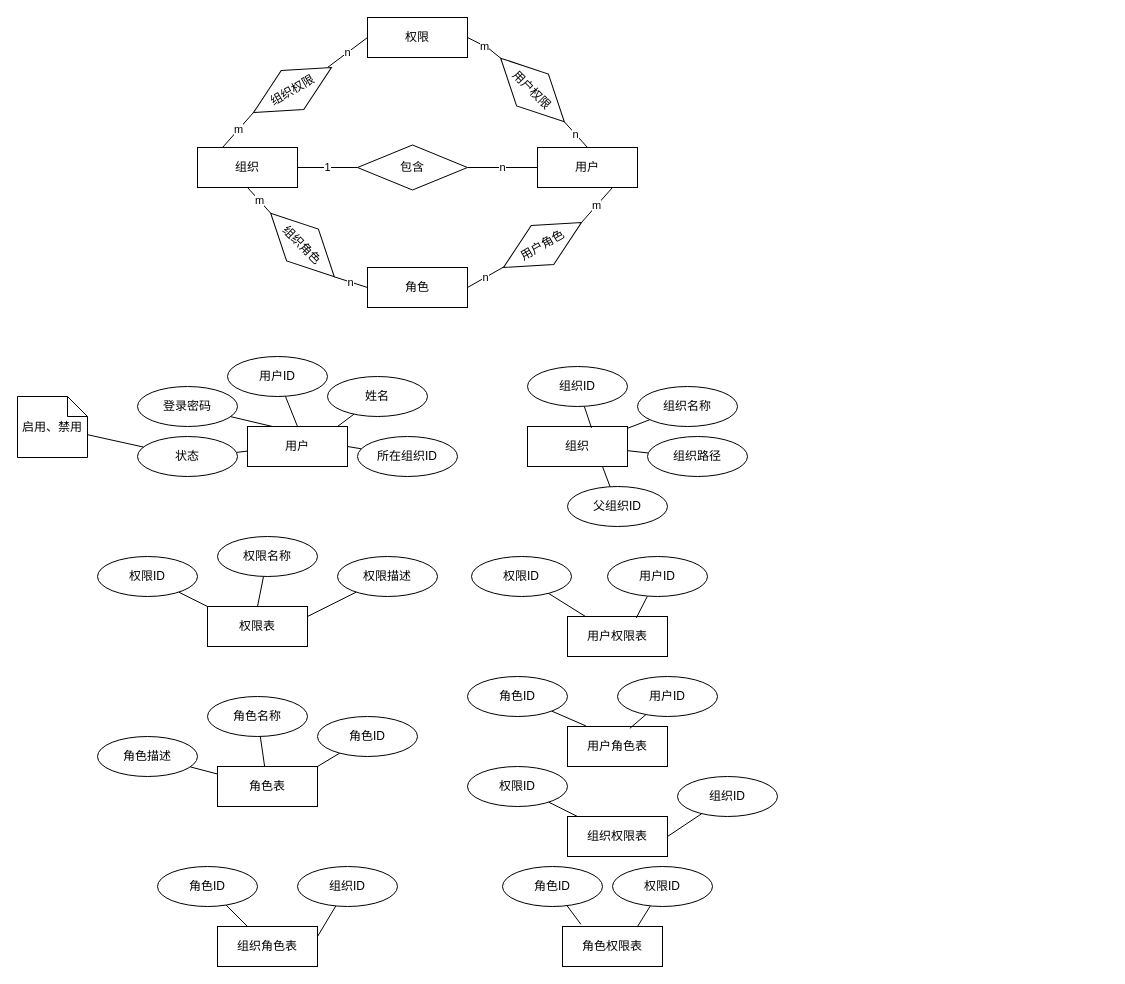
FdfGithub/drawio keeps this draw.io diagram as page "用户服务" (2 of 5) of 毕设管理系统/ER模型图.drawio. Above is the earlier version. Source tidied: cells renumbered, new cells numbered last; positions are measured from the earlier drawing's top-left corner, leaving out a move shared by most shapes. Both pictures are drawn from the tidied source at 100%, with x=0, y=0 at pixel (17, 17).
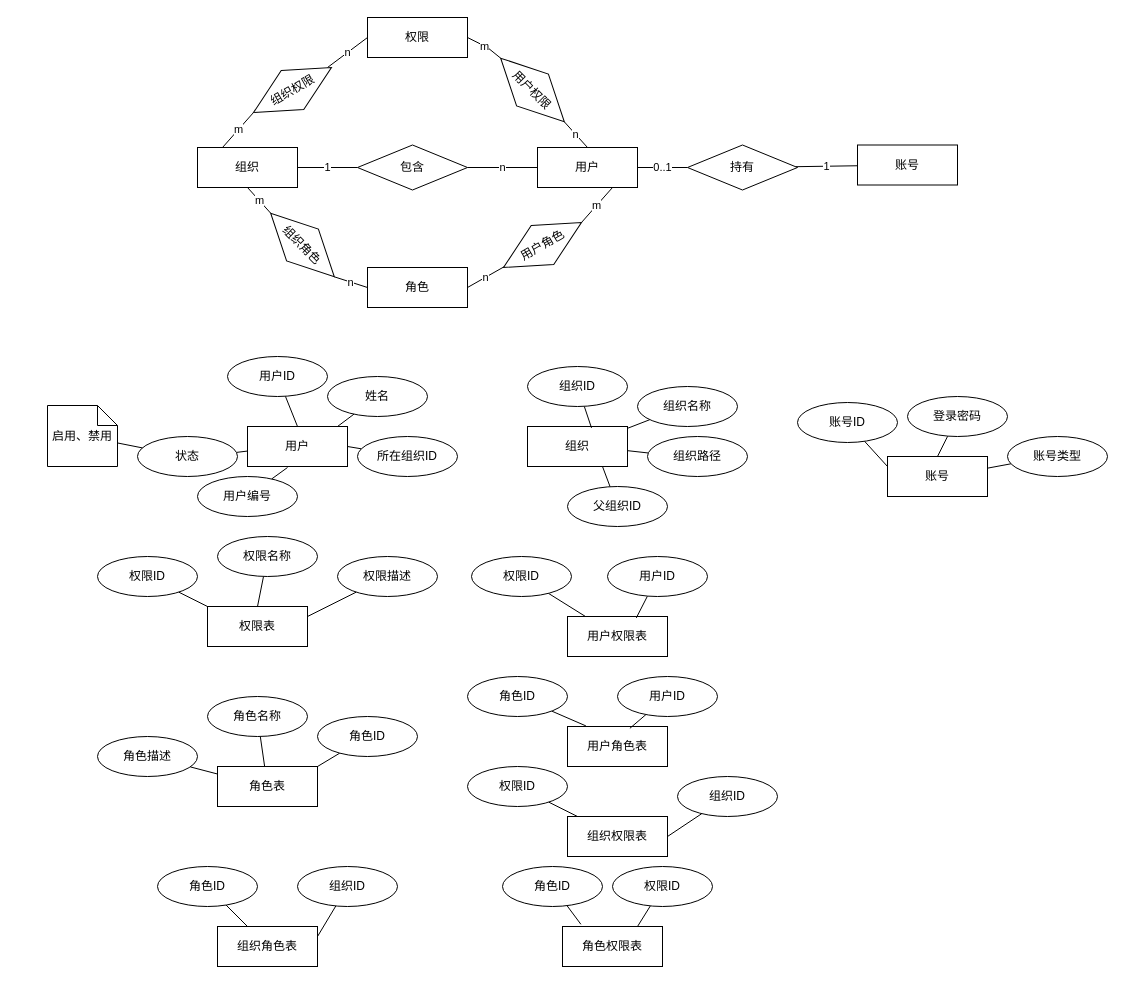
The same page after the edit.

The change refers to these unchanged cells:
```xml
<mxCell id="2" value="用户" style="whiteSpace=wrap;html=1;align=center;" parent="1" vertex="1">
  <mxGeometry x="520" y="130" width="100" height="40" as="geometry" />
</mxCell>
<mxCell id="5" value="用户" style="whiteSpace=wrap;html=1;align=center;" parent="1" vertex="1">
  <mxGeometry x="230" y="409" width="100" height="40" as="geometry" />
</mxCell>
```

The edit, as a diff of the source:
```diff
@@
+    <mxCell id="82" value="0..1" style="edgeStyle=none;rounded=0;jettySize=auto;html=1;entryX=0;entryY=0.5;entryDx=0;entryDy=0;endArrow=none;endFill=0;" parent="1" edge="1" source="2" target="87">
+      <mxGeometry relative="1" as="geometry" />
+    </mxCell>
@@
-    <mxCell id="10" style="edgeStyle=none;rounded=0;jettySize=auto;html=1;entryX=0.25;entryY=0;entryDx=0;entryDy=0;endArrow=none;endFill=0;" parent="1" edge="1" source="11" target="5">
-      <mxGeometry relative="1" as="geometry" />
-    </mxCell>
-    <mxCell id="11" value="登录密码" style="ellipse;whiteSpace=wrap;html=1;align=center;" parent="1" vertex="1">
-      <mxGeometry x="120" y="369" width="100" height="40" as="geometry" />
-    </mxCell>
@@
     <mxCell id="81" value="启用、禁用" style="shape=note;size=20;whiteSpace=wrap;html=1;" parent="1" vertex="1">
-      <mxGeometry y="379" width="70" height="61" as="geometry" />
+      <mxGeometry x="30" y="388" width="70" height="61" as="geometry" />
     </mxCell>
+    <mxCell id="83" style="edgeStyle=none;rounded=0;jettySize=auto;html=1;endArrow=none;endFill=0;" parent="1" edge="1" source="84">
+      <mxGeometry relative="1" as="geometry">
+        <mxPoint x="270" y="450" as="targetPoint" />
+      </mxGeometry>
+    </mxCell>
+    <mxCell id="84" value="用户编号" style="ellipse;whiteSpace=wrap;html=1;align=center;" parent="1" vertex="1">
+      <mxGeometry x="180" y="459" width="100" height="40" as="geometry" />
+    </mxCell>
+    <mxCell id="85" value="账号" style="whiteSpace=wrap;html=1;align=center;" parent="1" vertex="1">
+      <mxGeometry x="840" y="127.5" width="100" height="40" as="geometry" />
+    </mxCell>
+    <mxCell id="86" value="1" style="edgeStyle=none;rounded=0;jettySize=auto;html=1;endArrow=none;endFill=0;" parent="1" edge="1" source="87" target="85">
+      <mxGeometry relative="1" as="geometry" />
+    </mxCell>
+    <mxCell id="87" value="持有" style="shape=rhombus;perimeter=rhombusPerimeter;whiteSpace=wrap;html=1;align=center;" parent="1" vertex="1">
+      <mxGeometry x="670" y="127.5" width="110" height="45" as="geometry" />
+    </mxCell>
+    <mxCell id="88" value="账号" style="whiteSpace=wrap;html=1;align=center;" parent="1" vertex="1">
+      <mxGeometry x="870" y="439" width="100" height="40" as="geometry" />
+    </mxCell>
+    <mxCell id="89" style="edgeStyle=none;rounded=0;jettySize=auto;html=1;entryX=0;entryY=0.25;entryDx=0;entryDy=0;endArrow=none;endFill=0;" parent="1" edge="1" source="90" target="88">
+      <mxGeometry relative="1" as="geometry" />
+    </mxCell>
+    <mxCell id="90" value="账号ID" style="ellipse;whiteSpace=wrap;html=1;align=center;" parent="1" vertex="1">
+      <mxGeometry x="780" y="385" width="100" height="40" as="geometry" />
+    </mxCell>
+    <mxCell id="91" style="edgeStyle=none;rounded=0;jettySize=auto;html=1;entryX=0.5;entryY=0;entryDx=0;entryDy=0;endArrow=none;endFill=0;" parent="1" edge="1" source="11" target="88">
+      <mxGeometry relative="1" as="geometry" />
+    </mxCell>
+    <mxCell id="11" value="登录密码" style="ellipse;whiteSpace=wrap;html=1;align=center;" parent="1" vertex="1">
+      <mxGeometry x="890" y="379" width="100" height="40" as="geometry" />
+    </mxCell>
+    <mxCell id="92" style="edgeStyle=none;rounded=0;jettySize=auto;html=1;endArrow=none;endFill=0;" parent="1" edge="1" source="93" target="88">
+      <mxGeometry relative="1" as="geometry" />
+    </mxCell>
+    <mxCell id="93" value="账号类型" style="ellipse;whiteSpace=wrap;html=1;align=center;" parent="1" vertex="1">
+      <mxGeometry x="990" y="419" width="100" height="40" as="geometry" />
+    </mxCell>
```
